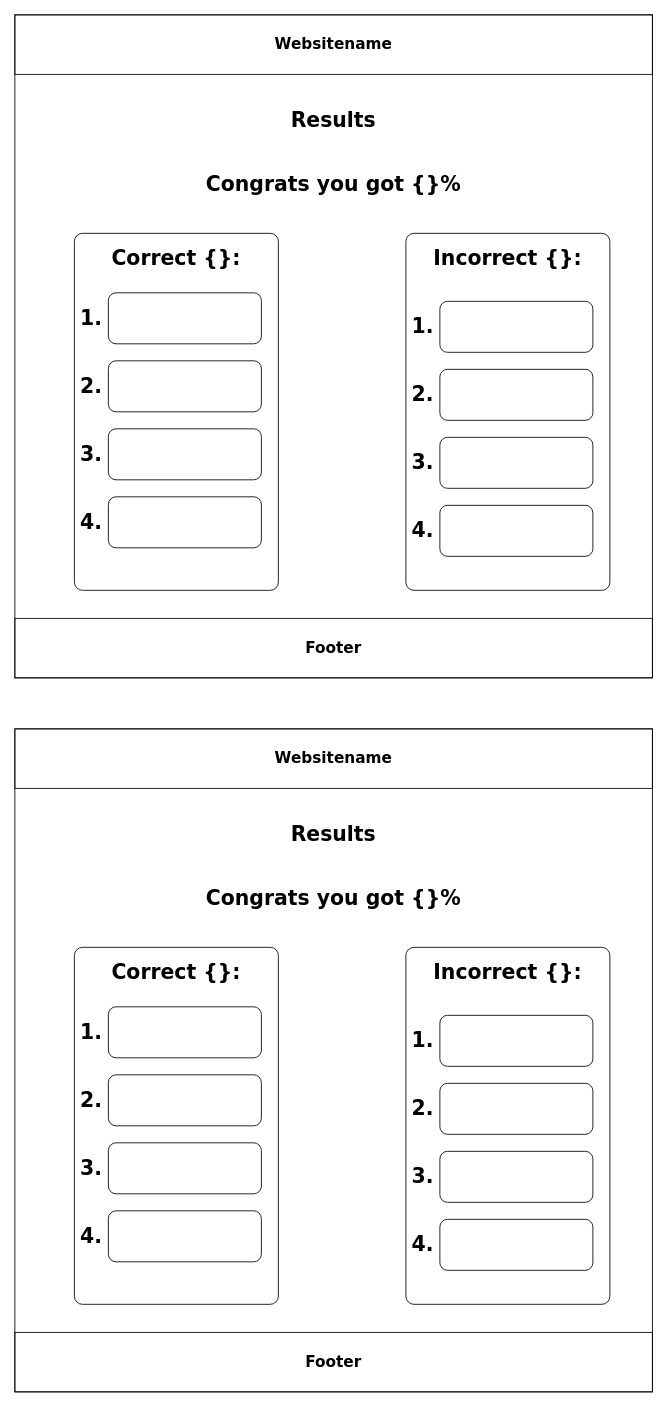
Earlier version of the draw.io diagram page "Quiz Result" (4 of 4) of WireFrames/Quiz WireFrame.drawio (TEESDAAL/QuizSite). Source tidied: cells renumbered, new cells numbered last; positions are measured from the earlier drawing's top-left corner, leaving out a move shared by most shapes. Both pictures are drawn from the tidied source at 85%, with x=0, y=0 at pixel (14, 14).
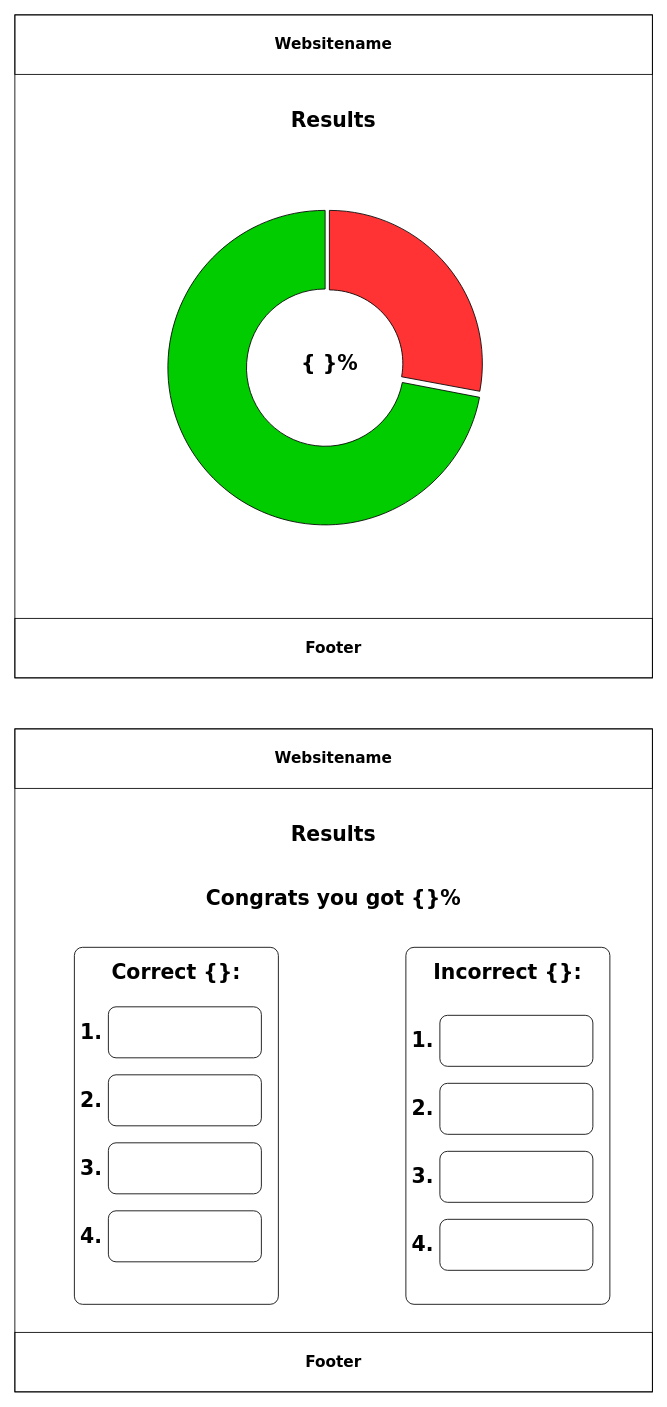
The same page after the edit.

Commit message:
Another Results page

Diff of the diagram source:
```diff
@@
-    <mxCell id="5" value="&lt;h1&gt;&lt;font face=&quot;Verdana&quot;&gt;Congrats you got {}%&lt;/font&gt;&lt;/h1&gt;" style="text;html=1;strokeColor=none;fillColor=none;align=center;verticalAlign=middle;whiteSpace=wrap;rounded=0;" parent="1" vertex="1">
-      <mxGeometry x="200" y="180" width="350" height="40" as="geometry" />
-    </mxCell>
-    <mxCell id="6" style="rounded=1;whiteSpace=wrap;html=1;strokeColor=#FFFFFF;" parent="1" vertex="1">
-      <mxGeometry x="100" y="297" width="120" height="60" as="geometry" />
-    </mxCell>
-    <mxCell id="7" style="rounded=1;whiteSpace=wrap;html=1;arcSize=4;" parent="1" vertex="1">
-      <mxGeometry x="70" y="257" width="240" height="420" as="geometry" />
-    </mxCell>
-    <mxCell id="8" value="&lt;h1&gt;&lt;font face=&quot;Verdana&quot;&gt;Correct {}:&lt;/font&gt;&lt;/h1&gt;" style="text;html=1;strokeColor=none;fillColor=none;align=center;verticalAlign=middle;whiteSpace=wrap;rounded=0;" parent="1" vertex="1">
-      <mxGeometry x="70" y="277" width="240" height="20" as="geometry" />
-    </mxCell>
-    <mxCell id="9" style="rounded=1;whiteSpace=wrap;html=1;" parent="1" vertex="1">
-      <mxGeometry x="110" y="327" width="180" height="60" as="geometry" />
-    </mxCell>
-    <mxCell id="10" style="rounded=1;whiteSpace=wrap;html=1;" parent="1" vertex="1">
-      <mxGeometry x="110" y="407" width="180" height="60" as="geometry" />
-    </mxCell>
-    <mxCell id="11" style="rounded=1;whiteSpace=wrap;html=1;" parent="1" vertex="1">
-      <mxGeometry x="110" y="487" width="180" height="60" as="geometry" />
-    </mxCell>
-    <mxCell id="12" style="rounded=1;whiteSpace=wrap;html=1;" parent="1" vertex="1">
-      <mxGeometry x="110" y="567" width="180" height="60" as="geometry" />
-    </mxCell>
-    <mxCell id="13" value="&lt;h1&gt;&lt;font face=&quot;Verdana&quot;&gt;1.&lt;/font&gt;&lt;/h1&gt;" style="text;html=1;strokeColor=none;fillColor=none;align=center;verticalAlign=middle;whiteSpace=wrap;rounded=0;" parent="1" vertex="1">
-      <mxGeometry x="70" y="347" width="40" height="20" as="geometry" />
-    </mxCell>
-    <mxCell id="14" value="&lt;h1&gt;&lt;font face=&quot;Verdana&quot;&gt;2.&lt;/font&gt;&lt;/h1&gt;" style="text;html=1;strokeColor=none;fillColor=none;align=center;verticalAlign=middle;whiteSpace=wrap;rounded=0;" parent="1" vertex="1">
-      <mxGeometry x="70" y="427" width="40" height="20" as="geometry" />
-    </mxCell>
-    <mxCell id="15" value="&lt;h1&gt;&lt;font face=&quot;Verdana&quot;&gt;3.&lt;/font&gt;&lt;/h1&gt;" style="text;html=1;strokeColor=none;fillColor=none;align=center;verticalAlign=middle;whiteSpace=wrap;rounded=0;" parent="1" vertex="1">
-      <mxGeometry x="70" y="507" width="40" height="20" as="geometry" />
-    </mxCell>
-    <mxCell id="16" value="&lt;h1&gt;&lt;font face=&quot;Verdana&quot;&gt;4.&lt;/font&gt;&lt;/h1&gt;" style="text;html=1;strokeColor=none;fillColor=none;align=center;verticalAlign=middle;whiteSpace=wrap;rounded=0;" parent="1" vertex="1">
-      <mxGeometry x="70" y="587" width="40" height="20" as="geometry" />
-    </mxCell>
-    <mxCell id="17" style="rounded=1;whiteSpace=wrap;html=1;strokeColor=#FFFFFF;" parent="1" vertex="1">
-      <mxGeometry x="490" y="307" width="120" height="60" as="geometry" />
-    </mxCell>
-    <mxCell id="18" style="rounded=1;whiteSpace=wrap;html=1;arcSize=4;" parent="1" vertex="1">
-      <mxGeometry x="460" y="257" width="240" height="420" as="geometry" />
-    </mxCell>
-    <mxCell id="19" value="&lt;h1&gt;&lt;font face=&quot;Verdana&quot;&gt;Incorrect {}:&lt;/font&gt;&lt;/h1&gt;" style="text;html=1;strokeColor=none;fillColor=none;align=center;verticalAlign=middle;whiteSpace=wrap;rounded=0;" parent="1" vertex="1">
-      <mxGeometry x="460" y="277" width="240" height="20" as="geometry" />
-    </mxCell>
-    <mxCell id="20" style="rounded=1;whiteSpace=wrap;html=1;" parent="1" vertex="1">
-      <mxGeometry x="500" y="337" width="180" height="60" as="geometry" />
-    </mxCell>
-    <mxCell id="21" style="rounded=1;whiteSpace=wrap;html=1;" parent="1" vertex="1">
-      <mxGeometry x="500" y="417" width="180" height="60" as="geometry" />
-    </mxCell>
-    <mxCell id="22" style="rounded=1;whiteSpace=wrap;html=1;" parent="1" vertex="1">
-      <mxGeometry x="500" y="497" width="180" height="60" as="geometry" />
-    </mxCell>
-    <mxCell id="23" style="rounded=1;whiteSpace=wrap;html=1;" parent="1" vertex="1">
-      <mxGeometry x="500" y="577" width="180" height="60" as="geometry" />
-    </mxCell>
-    <mxCell id="24" value="&lt;h1&gt;&lt;font face=&quot;Verdana&quot;&gt;1.&lt;/font&gt;&lt;/h1&gt;" style="text;html=1;strokeColor=none;fillColor=none;align=center;verticalAlign=middle;whiteSpace=wrap;rounded=0;" parent="1" vertex="1">
-      <mxGeometry x="460" y="357" width="40" height="20" as="geometry" />
-    </mxCell>
-    <mxCell id="25" value="&lt;h1&gt;&lt;font face=&quot;Verdana&quot;&gt;2.&lt;/font&gt;&lt;/h1&gt;" style="text;html=1;strokeColor=none;fillColor=none;align=center;verticalAlign=middle;whiteSpace=wrap;rounded=0;" parent="1" vertex="1">
-      <mxGeometry x="460" y="437" width="40" height="20" as="geometry" />
-    </mxCell>
-    <mxCell id="26" value="&lt;h1&gt;&lt;font face=&quot;Verdana&quot;&gt;3.&lt;/font&gt;&lt;/h1&gt;" style="text;html=1;strokeColor=none;fillColor=none;align=center;verticalAlign=middle;whiteSpace=wrap;rounded=0;" parent="1" vertex="1">
-      <mxGeometry x="460" y="517" width="40" height="20" as="geometry" />
-    </mxCell>
-    <mxCell id="27" value="&lt;h1&gt;&lt;font face=&quot;Verdana&quot;&gt;4.&lt;/font&gt;&lt;/h1&gt;" style="text;html=1;strokeColor=none;fillColor=none;align=center;verticalAlign=middle;whiteSpace=wrap;rounded=0;" parent="1" vertex="1">
-      <mxGeometry x="460" y="597" width="40" height="20" as="geometry" />
-    </mxCell>
@@
+    <mxCell id="56" style="verticalLabelPosition=bottom;verticalAlign=top;html=1;shape=mxgraph.basic.partConcEllipse;startAngle=0.28023757515182984;endAngle=0;arcWidth=0.5;rotation=0;fillColor=#00CC00;" parent="1" vertex="1">
+      <mxGeometry x="180" y="230" width="370" height="370" as="geometry" />
+    </mxCell>
+    <mxCell id="57" style="verticalLabelPosition=bottom;verticalAlign=top;html=1;shape=mxgraph.basic.partConcEllipse;startAngle=0;endAngle=0.27920174213867044;arcWidth=0.52;fillColor=#FF3333;" parent="1" vertex="1">
+      <mxGeometry x="190" y="230" width="360" height="360" as="geometry" />
+    </mxCell>
+    <mxCell id="58" value="&lt;h1&gt;&lt;font face=&quot;Verdana&quot;&gt;{ }%&lt;/font&gt;&lt;/h1&gt;" style="text;html=1;strokeColor=none;fillColor=none;align=center;verticalAlign=middle;whiteSpace=wrap;rounded=0;" parent="1" vertex="1">
+      <mxGeometry x="332.5" y="397.5" width="75" height="25" as="geometry" />
+    </mxCell>
```
